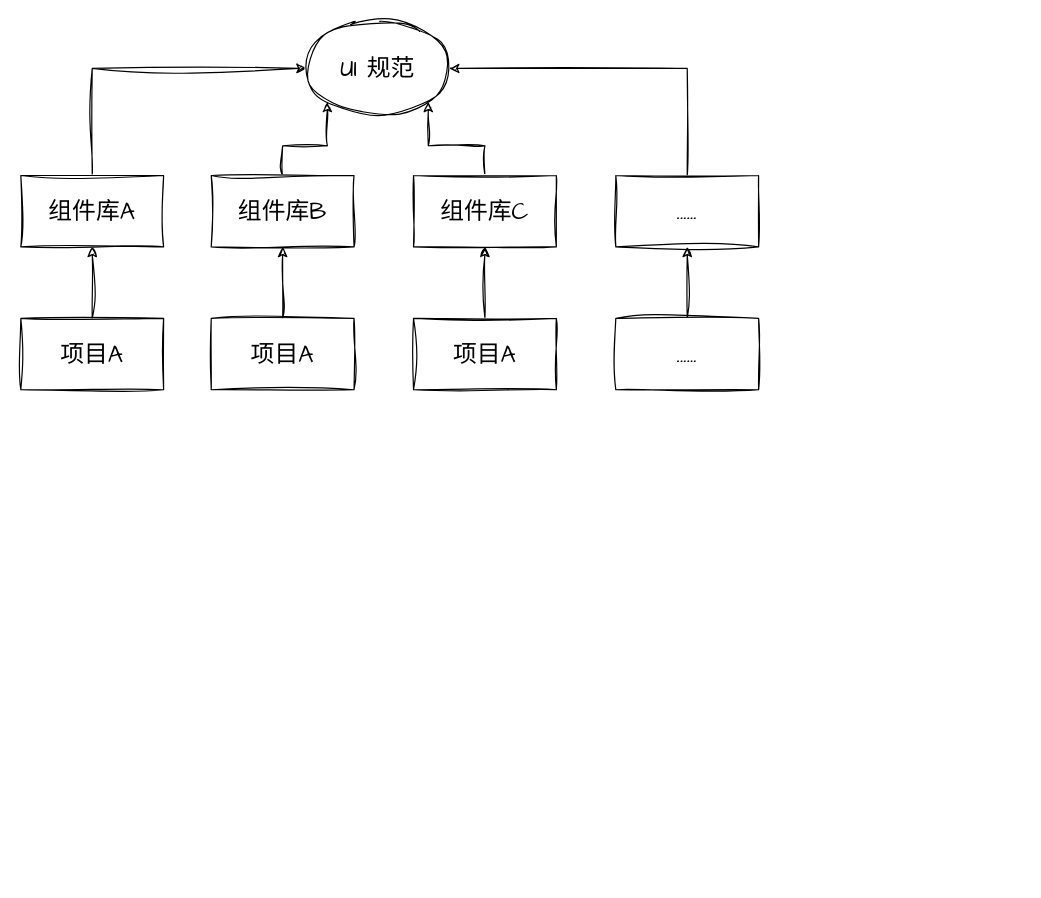
Above: Untitled Diagram.drawio in zh-lx/draw.io (draw.io), before the change. Source tidied: cells renumbered, new cells numbered last; positions are measured from the earlier drawing's top-left corner, leaving out a move shared by most shapes. Both pictures are drawn from the tidied source at 119%, with x=0, y=0 at pixel (20, 20).
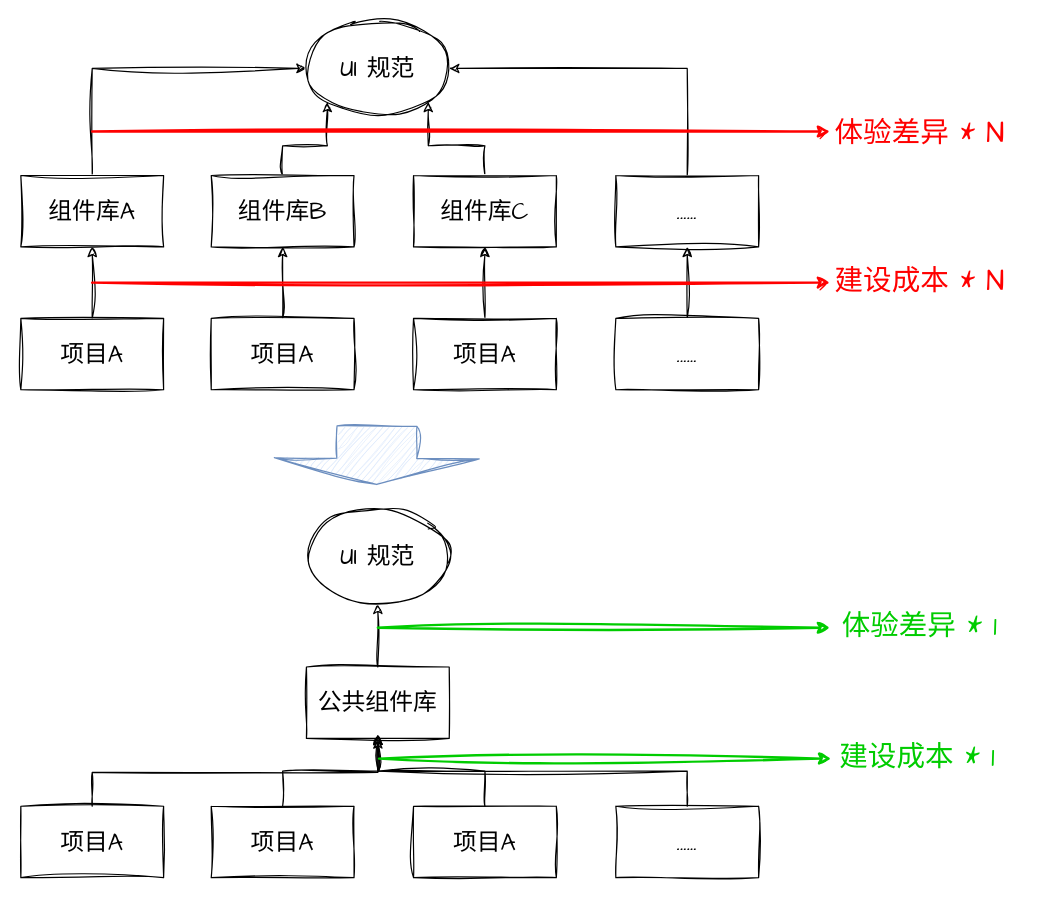
The same diagram, later.

The edit, as a diff of the source:
```diff
@@
+    <mxCell id="19" style="edgeStyle=orthogonalEdgeStyle;rounded=0;sketch=1;hachureGap=4;jiggle=2;curveFitting=1;jettySize=auto;html=1;exitX=0.5;exitY=0;exitDx=0;exitDy=0;fontFamily=Architects Daughter;fontSize=16;" parent="1" edge="1" source="20" target="21">
+      <mxGeometry relative="1" as="geometry" />
+    </mxCell>
+    <mxCell id="20" value="&lt;font face=&quot;Comic Sans MS&quot;&gt;公共组件库&lt;/font&gt;" style="rounded=0;whiteSpace=wrap;html=1;sketch=1;hachureGap=4;jiggle=2;curveFitting=1;fontFamily=Architects Daughter;fontSize=20;" parent="1" vertex="1">
+      <mxGeometry x="240" y="543" width="120" height="60" as="geometry" />
+    </mxCell>
+    <mxCell id="21" value="&lt;font face=&quot;Comic Sans MS&quot;&gt;UI 规范&lt;/font&gt;" style="ellipse;whiteSpace=wrap;html=1;sketch=1;hachureGap=4;jiggle=2;curveFitting=1;fontFamily=Architects Daughter;fontSize=20;" parent="1" vertex="1">
+      <mxGeometry x="240" y="410" width="120" height="80" as="geometry" />
+    </mxCell>
+    <mxCell id="22" style="edgeStyle=orthogonalEdgeStyle;rounded=0;sketch=1;hachureGap=4;jiggle=2;curveFitting=1;jettySize=auto;html=1;exitX=0.5;exitY=0;exitDx=0;exitDy=0;entryX=0.5;entryY=1;entryDx=0;entryDy=0;fontFamily=Architects Daughter;fontSize=16;" parent="1" edge="1" source="23" target="20">
+      <mxGeometry relative="1" as="geometry" />
+    </mxCell>
+    <mxCell id="23" value="&lt;font face=&quot;Comic Sans MS&quot;&gt;项目A&lt;/font&gt;" style="rounded=0;whiteSpace=wrap;html=1;sketch=1;hachureGap=4;jiggle=2;curveFitting=1;fontFamily=Architects Daughter;fontSize=20;" parent="1" vertex="1">
+      <mxGeometry y="660" width="120" height="60" as="geometry" />
+    </mxCell>
+    <mxCell id="24" style="edgeStyle=orthogonalEdgeStyle;rounded=0;sketch=1;hachureGap=4;jiggle=2;curveFitting=1;jettySize=auto;html=1;exitX=0.5;exitY=0;exitDx=0;exitDy=0;fontFamily=Architects Daughter;fontSize=16;" parent="1" edge="1" source="25">
+      <mxGeometry relative="1" as="geometry">
+        <mxPoint x="300" y="600" as="targetPoint" />
+      </mxGeometry>
+    </mxCell>
+    <mxCell id="25" value="&lt;font face=&quot;Comic Sans MS&quot;&gt;项目A&lt;/font&gt;" style="rounded=0;whiteSpace=wrap;html=1;sketch=1;hachureGap=4;jiggle=2;curveFitting=1;fontFamily=Architects Daughter;fontSize=20;" parent="1" vertex="1">
+      <mxGeometry x="160" y="660" width="120" height="60" as="geometry" />
+    </mxCell>
+    <mxCell id="26" style="edgeStyle=orthogonalEdgeStyle;rounded=0;sketch=1;hachureGap=4;jiggle=2;curveFitting=1;jettySize=auto;html=1;exitX=0.5;exitY=0;exitDx=0;exitDy=0;fontFamily=Architects Daughter;fontSize=16;" parent="1" edge="1" source="27">
+      <mxGeometry relative="1" as="geometry">
+        <mxPoint x="300" y="600" as="targetPoint" />
+      </mxGeometry>
+    </mxCell>
+    <mxCell id="27" value="&lt;font face=&quot;Comic Sans MS&quot;&gt;项目A&lt;/font&gt;" style="rounded=0;whiteSpace=wrap;html=1;sketch=1;hachureGap=4;jiggle=2;curveFitting=1;fontFamily=Architects Daughter;fontSize=20;" parent="1" vertex="1">
+      <mxGeometry x="330" y="660" width="120" height="60" as="geometry" />
+    </mxCell>
+    <mxCell id="28" style="edgeStyle=orthogonalEdgeStyle;rounded=0;sketch=1;hachureGap=4;jiggle=2;curveFitting=1;jettySize=auto;html=1;exitX=0.5;exitY=0;exitDx=0;exitDy=0;fontFamily=Architects Daughter;fontSize=16;" parent="1" edge="1" source="29">
+      <mxGeometry relative="1" as="geometry">
+        <mxPoint x="300" y="600" as="targetPoint" />
+      </mxGeometry>
+    </mxCell>
+    <mxCell id="29" value="&lt;font face=&quot;Comic Sans MS&quot;&gt;......&lt;/font&gt;" style="rounded=0;whiteSpace=wrap;html=1;sketch=1;hachureGap=4;jiggle=2;curveFitting=1;fontFamily=Architects Daughter;fontSize=20;" parent="1" vertex="1">
+      <mxGeometry x="500" y="660" width="120" height="60" as="geometry" />
+    </mxCell>
+    <mxCell id="30" style="endArrow=classic;html=1;rounded=0;sketch=1;hachureGap=4;jiggle=2;curveFitting=1;fontFamily=Architects Daughter;fontSize=16;strokeColor=#FF0000;strokeWidth=2;" parent="1" edge="1">
+      <mxGeometry relative="1" as="geometry">
+        <mxPoint x="60" y="220" as="sourcePoint" />
+        <mxPoint x="680" y="220" as="targetPoint" />
+      </mxGeometry>
+    </mxCell>
+    <mxCell id="31" value="&lt;font face=&quot;Comic Sans MS&quot;&gt;建设成本 * N&lt;/font&gt;" style="text;html=1;align=center;verticalAlign=middle;strokeColor=none;fillColor=none;fontSize=24;fontFamily=Architects Daughter;fontColor=#FF0000;" parent="1" vertex="1">
+      <mxGeometry x="670" y="195" width="170" height="50" as="geometry" />
+    </mxCell>
+    <mxCell id="32" style="endArrow=classic;html=1;rounded=0;sketch=1;hachureGap=4;jiggle=2;curveFitting=1;fontFamily=Architects Daughter;fontSize=16;strokeColor=#FF0000;strokeWidth=2;" parent="1" edge="1">
+      <mxGeometry relative="1" as="geometry">
+        <mxPoint x="60" y="93" as="sourcePoint" />
+        <mxPoint x="680" y="93" as="targetPoint" />
+      </mxGeometry>
+    </mxCell>
+    <mxCell id="33" value="&lt;font face=&quot;Comic Sans MS&quot;&gt;体验差异 * N&lt;/font&gt;" style="text;html=1;align=center;verticalAlign=middle;strokeColor=none;fillColor=none;fontSize=24;fontFamily=Architects Daughter;fontColor=#FF0000;" parent="1" vertex="1">
+      <mxGeometry x="670" y="70" width="170" height="50" as="geometry" />
+    </mxCell>
+    <mxCell id="34" style="endArrow=classic;html=1;rounded=0;sketch=1;hachureGap=4;jiggle=2;curveFitting=1;fontFamily=Architects Daughter;fontSize=16;strokeWidth=2;strokeColor=#00CC00;" parent="1" edge="1">
+      <mxGeometry relative="1" as="geometry">
+        <mxPoint x="300" y="510" as="sourcePoint" />
+        <mxPoint x="680" y="510" as="targetPoint" />
+      </mxGeometry>
+    </mxCell>
+    <mxCell id="35" value="&lt;font face=&quot;Comic Sans MS&quot; color=&quot;#00cc00&quot;&gt;体验差异 * 1&lt;/font&gt;" style="text;html=1;align=center;verticalAlign=middle;strokeColor=none;fillColor=none;fontSize=24;fontFamily=Architects Daughter;fontColor=#FF0000;" parent="1" vertex="1">
+      <mxGeometry x="675" y="485" width="160" height="50" as="geometry" />
+    </mxCell>
+    <mxCell id="36" style="endArrow=classic;html=1;rounded=0;sketch=1;hachureGap=4;jiggle=2;curveFitting=1;fontFamily=Architects Daughter;fontSize=16;strokeWidth=2;strokeColor=#00CC00;" parent="1" edge="1">
+      <mxGeometry relative="1" as="geometry">
+        <mxPoint x="301" y="620" as="sourcePoint" />
+        <mxPoint x="681" y="620" as="targetPoint" />
+      </mxGeometry>
+    </mxCell>
+    <mxCell id="37" value="&lt;font face=&quot;Comic Sans MS&quot; color=&quot;#00cc00&quot;&gt;建设成本 * 1&lt;/font&gt;" style="text;html=1;align=center;verticalAlign=middle;strokeColor=none;fillColor=none;fontSize=24;fontFamily=Architects Daughter;fontColor=#FF0000;" parent="1" vertex="1">
+      <mxGeometry x="673" y="595" width="160" height="50" as="geometry" />
+    </mxCell>
+    <mxCell id="38" style="shape=flexArrow;endArrow=classic;html=1;rounded=0;sketch=1;hachureGap=4;jiggle=2;curveFitting=1;fontFamily=Architects Daughter;fontSize=16;endWidth=104.08163265306122;endSize=6.957142857142857;width=67.14285714285715;fillColor=#dae8fc;strokeColor=#6c8ebf;" parent="1" edge="1">
+      <mxGeometry relative="1" as="geometry">
+        <mxPoint x="299.3" y="340" as="sourcePoint" />
+        <mxPoint x="299" y="390" as="targetPoint" />
+      </mxGeometry>
+    </mxCell>
```
